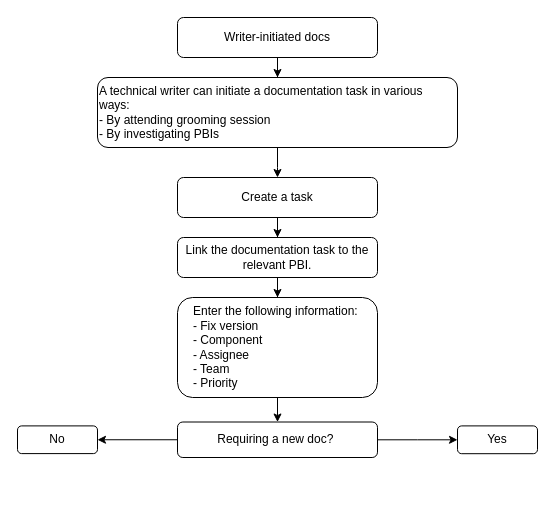
tunc-ay/blogs keeps this draw.io diagram as Untitled Diagram.drawio. Above is the earlier version. Source tidied: cells renumbered, new cells numbered last; positions are measured from the earlier drawing's top-left corner, leaving out a move shared by most shapes. Both pictures are drawn from the tidied source at 100%, with x=0, y=0 at pixel (17, 17).
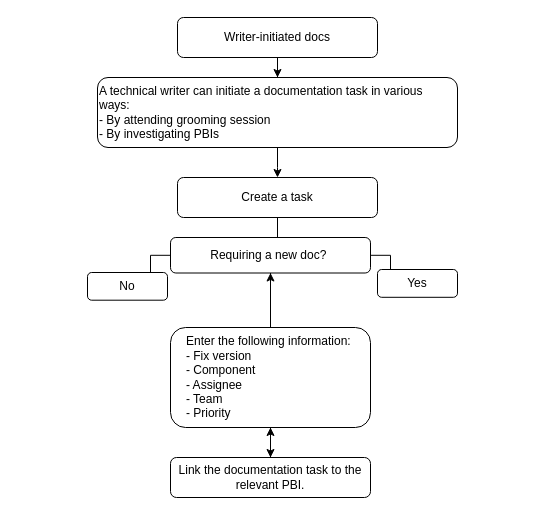
After the change.

Diff of the diagram source:
```diff
@@
 <mxGraphModel>
   <root>
     <mxCell id="0" />
     <mxCell id="1" parent="0" />
     <mxCell id="2" style="edgeStyle=orthogonalEdgeStyle;rounded=0;jettySize=auto;html=1;" parent="1" edge="1" source="3" target="5">
       <mxGeometry relative="1" as="geometry" />
     </mxCell>
     <mxCell id="3" value="Writer-initiated docs" style="rounded=1;whiteSpace=wrap;html=1;" parent="1" vertex="1">
       <mxGeometry x="160" width="200" height="40" as="geometry" />
     </mxCell>
     <mxCell id="4" style="edgeStyle=orthogonalEdgeStyle;rounded=0;jettySize=auto;html=1;" parent="1" edge="1" source="5">
       <mxGeometry relative="1" as="geometry">
         <mxPoint x="260" y="160" as="targetPoint" />
       </mxGeometry>
     </mxCell>
     <mxCell id="5" value="A technical writer can initiate a documentation task in various ways:&amp;nbsp;&lt;br&gt;- By attending grooming session&lt;br&gt;- By investigating PBIs" style="whiteSpace=wrap;html=1;rounded=1;align=left;" parent="1" vertex="1">
       <mxGeometry x="80" y="60" width="360" height="70" as="geometry" />
     </mxCell>
-    <mxCell id="6" style="edgeStyle=orthogonalEdgeStyle;rounded=0;jettySize=auto;html=1;" parent="1" edge="1" source="7" target="9">
+    <mxCell id="6" style="edgeStyle=orthogonalEdgeStyle;rounded=0;jettySize=auto;html=1;startArrow=none;" parent="1" edge="1" source="11" target="9">
       <mxGeometry relative="1" as="geometry" />
     </mxCell>
     <mxCell id="7" value="Create a task" style="rounded=1;whiteSpace=wrap;html=1;" parent="1" vertex="1">
       <mxGeometry x="160" y="160" width="200" height="40" as="geometry" />
     </mxCell>
     <mxCell id="8" style="edgeStyle=orthogonalEdgeStyle;rounded=0;jettySize=auto;html=1;" parent="1" edge="1" source="9" target="11">
       <mxGeometry relative="1" as="geometry" />
     </mxCell>
     <mxCell id="9" value="Link the documentation task to the relevant PBI." style="rounded=1;whiteSpace=wrap;html=1;" parent="1" vertex="1">
-      <mxGeometry x="160" y="220" width="200" height="40" as="geometry" />
+      <mxGeometry x="153" y="440" width="200" height="40" as="geometry" />
     </mxCell>
     <mxCell id="10" style="edgeStyle=orthogonalEdgeStyle;rounded=0;jettySize=auto;html=1;" parent="1" edge="1" source="11" target="14">
       <mxGeometry relative="1" as="geometry" />
     </mxCell>
-    <mxCell id="11" value="Enter the following information:&amp;nbsp;&lt;br&gt;&lt;div style=&quot;text-align: left;&quot;&gt;&lt;span style=&quot;background-color: initial;&quot;&gt;- Fix version&lt;/span&gt;&lt;/div&gt;&lt;div style=&quot;text-align: left;&quot;&gt;&lt;span style=&quot;background-color: initial;&quot;&gt;- Component&lt;/span&gt;&lt;/div&gt;&lt;div style=&quot;text-align: left;&quot;&gt;&lt;span style=&quot;background-color: initial;&quot;&gt;- Assignee&lt;/span&gt;&lt;/div&gt;&lt;div style=&quot;text-align: left;&quot;&gt;&lt;span style=&quot;background-color: initial;&quot;&gt;- Team&lt;/span&gt;&lt;/div&gt;&lt;div style=&quot;text-align: left;&quot;&gt;&lt;span style=&quot;background-color: initial;&quot;&gt;- Priority&lt;/span&gt;&lt;/div&gt;" style="rounded=1;whiteSpace=wrap;html=1;" parent="1" vertex="1">
-      <mxGeometry x="160" y="280" width="200" height="100" as="geometry" />
-    </mxCell>
     <mxCell id="12" style="edgeStyle=orthogonalEdgeStyle;rounded=0;jettySize=auto;html=1;" parent="1" edge="1" source="14" target="15">
       <mxGeometry relative="1" as="geometry" />
     </mxCell>
     <mxCell id="13" style="edgeStyle=orthogonalEdgeStyle;rounded=0;jettySize=auto;html=1;" parent="1" edge="1" source="14" target="16">
       <mxGeometry relative="1" as="geometry" />
     </mxCell>
-    <mxCell id="14" value="Requiring a new doc?&amp;nbsp;" style="rounded=1;whiteSpace=wrap;html=1;" parent="1" vertex="1">
-      <mxGeometry x="160" y="404.5" width="200" height="35.5" as="geometry" />
-    </mxCell>
     <mxCell id="15" value="Yes" style="whiteSpace=wrap;html=1;rounded=1;" parent="1" vertex="1">
-      <mxGeometry x="440" y="408.4" width="80" height="27.8" as="geometry" />
+      <mxGeometry x="360" y="252" width="80" height="27.8" as="geometry" />
     </mxCell>
     <mxCell id="16" value="No" style="whiteSpace=wrap;html=1;rounded=1;" parent="1" vertex="1">
-      <mxGeometry y="408.4" width="80" height="27.7" as="geometry" />
+      <mxGeometry x="70" y="255" width="80" height="27.7" as="geometry" />
     </mxCell>
+    <mxCell id="14" value="Requiring a new doc?&amp;nbsp;" style="rounded=1;whiteSpace=wrap;html=1;" parent="1" vertex="1">
+      <mxGeometry x="153" y="220" width="200" height="35.5" as="geometry" />
+    </mxCell>
+    <mxCell id="17" style="edgeStyle=orthogonalEdgeStyle;rounded=0;jettySize=auto;html=1;endArrow=none;" parent="1" edge="1" source="7" target="14">
+      <mxGeometry relative="1" as="geometry" />
+    </mxCell>
+    <mxCell id="11" value="Enter the following information:&amp;nbsp;&lt;br&gt;&lt;div style=&quot;text-align: left;&quot;&gt;&lt;span style=&quot;background-color: initial;&quot;&gt;- Fix version&lt;/span&gt;&lt;/div&gt;&lt;div style=&quot;text-align: left;&quot;&gt;&lt;span style=&quot;background-color: initial;&quot;&gt;- Component&lt;/span&gt;&lt;/div&gt;&lt;div style=&quot;text-align: left;&quot;&gt;&lt;span style=&quot;background-color: initial;&quot;&gt;- Assignee&lt;/span&gt;&lt;/div&gt;&lt;div style=&quot;text-align: left;&quot;&gt;&lt;span style=&quot;background-color: initial;&quot;&gt;- Team&lt;/span&gt;&lt;/div&gt;&lt;div style=&quot;text-align: left;&quot;&gt;&lt;span style=&quot;background-color: initial;&quot;&gt;- Priority&lt;/span&gt;&lt;/div&gt;" style="rounded=1;whiteSpace=wrap;html=1;" parent="1" vertex="1">
+      <mxGeometry x="153" y="310" width="200" height="100" as="geometry" />
+    </mxCell>
+    <mxCell id="18" style="edgeStyle=orthogonalEdgeStyle;rounded=0;jettySize=auto;html=1;startArrow=none;endArrow=none;" parent="1" edge="1" source="14" target="11">
+      <mxGeometry relative="1" as="geometry" />
+    </mxCell>
   </root>
 </mxGraphModel>
```
